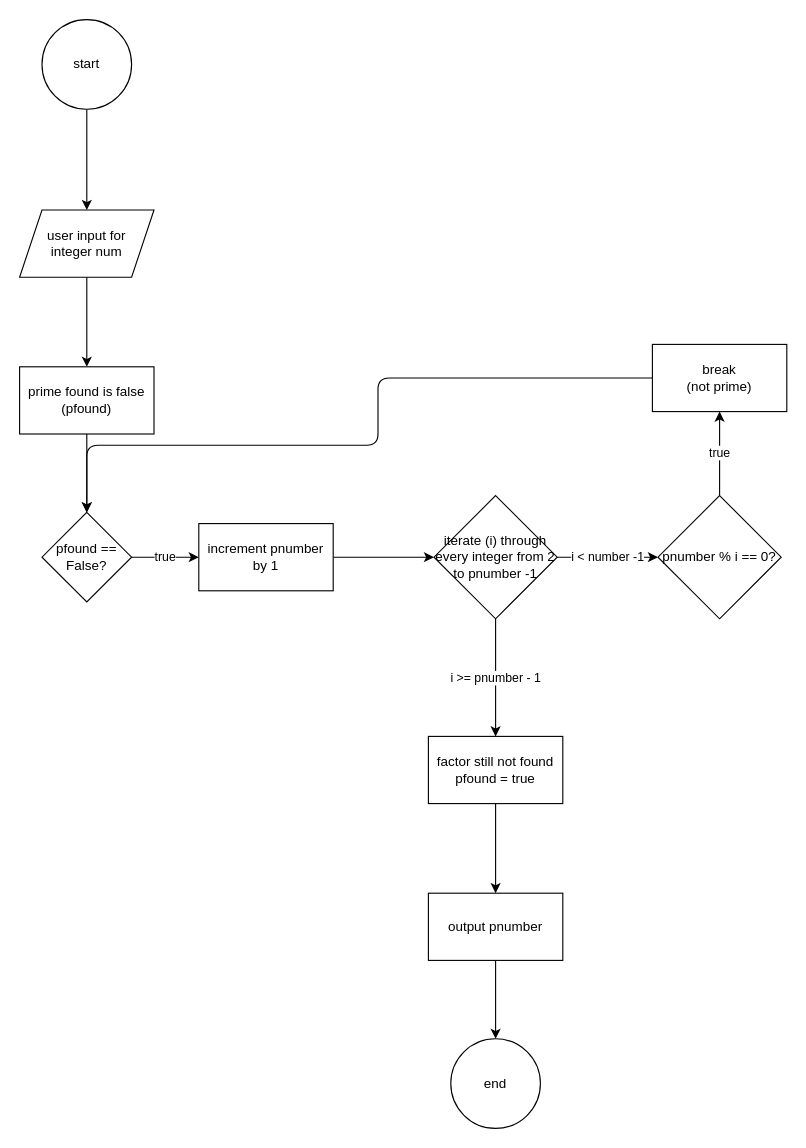
This is flowchart.drawio from LPC-CSDept/midterm-1-question-3-UnseenBeans7, a draw.io file, before an edit. Source tidied: cells renumbered, new cells numbered last; positions are measured from the earlier drawing's top-left corner, leaving out a move shared by most shapes. Both pictures are drawn from the tidied source at 112%, with x=0, y=0 at pixel (19, 19).
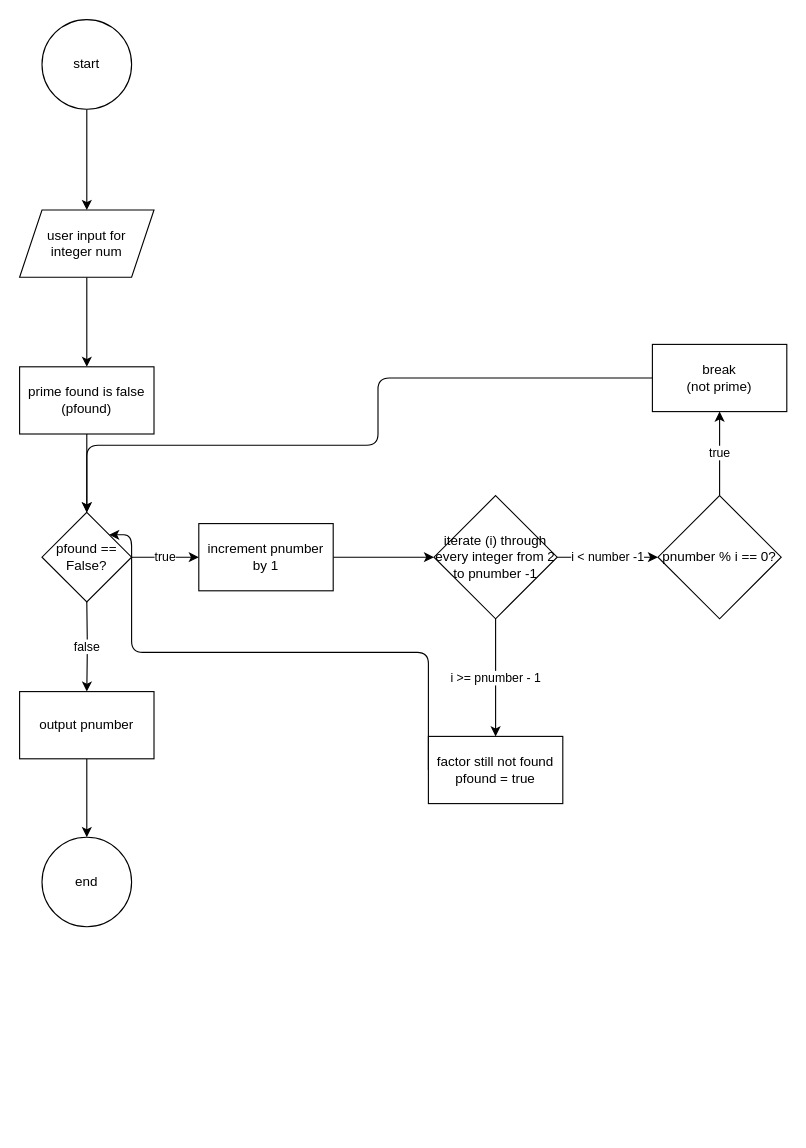
The same diagram, later.

Commit message (it also covers changes not shown here):
midterm 1 q3 completed, fixed flowchart

Unchanged cells that the change refers to:
```xml
<mxCell id="9" value="pfound == False?" style="rhombus;whiteSpace=wrap;html=1;" parent="1" vertex="1">
  <mxGeometry x="20" y="440" width="80" height="80" as="geometry" />
</mxCell>
<mxCell id="20" value="factor still not found&lt;br&gt;pfound = true" style="whiteSpace=wrap;html=1;" parent="1" vertex="1">
  <mxGeometry x="365" y="640" width="120" height="60" as="geometry" />
</mxCell>
```

The edit, as a diff of the source:
```diff
@@
-    <mxCell id="19" style="edgeStyle=orthogonalEdgeStyle;html=1;" parent="1" edge="1" source="20" target="22">
-      <mxGeometry relative="1" as="geometry" />
+    <mxCell id="19" value="false" style="edgeStyle=orthogonalEdgeStyle;html=1;" parent="1" edge="1" target="22">
+      <mxGeometry relative="1" as="geometry">
+        <mxPoint x="60" y="520" as="sourcePoint" />
+      </mxGeometry>
     </mxCell>
+    <mxCell id="24" style="edgeStyle=orthogonalEdgeStyle;html=1;exitX=0;exitY=0.5;exitDx=0;exitDy=0;entryX=1;entryY=0;entryDx=0;entryDy=0;" parent="1" edge="1" source="20" target="9">
+      <mxGeometry relative="1" as="geometry">
+        <Array as="points">
+          <mxPoint x="365" y="565" />
+          <mxPoint x="100" y="565" />
+          <mxPoint x="100" y="460" />
+        </Array>
+      </mxGeometry>
+    </mxCell>
@@
     <mxCell id="22" value="output pnumber" style="whiteSpace=wrap;html=1;" parent="1" vertex="1">
-      <mxGeometry x="365" y="780" width="120" height="60" as="geometry" />
+      <mxGeometry y="600" width="120" height="60" as="geometry" />
     </mxCell>
     <mxCell id="23" value="end" style="ellipse;whiteSpace=wrap;html=1;" parent="1" vertex="1">
-      <mxGeometry x="385" y="910" width="80" height="80" as="geometry" />
+      <mxGeometry x="20" y="730" width="80" height="80" as="geometry" />
     </mxCell>
```
